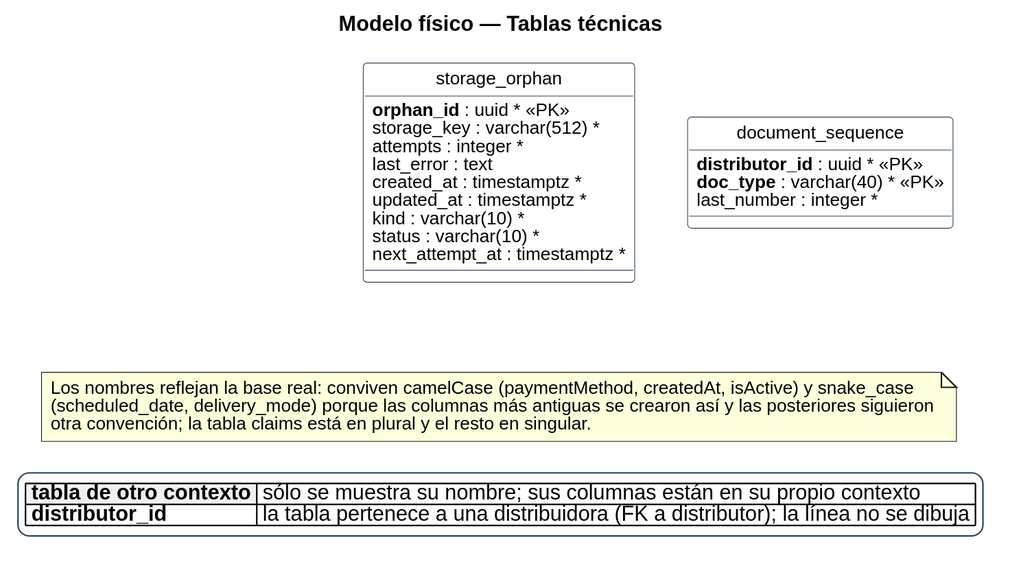
Earlier version of the PlantUML export diagramas/base-de-datos/fisico/SPLG-fisico-13-tablas-tecnicas.svg (Nahuelito-Dev/splg-docs).
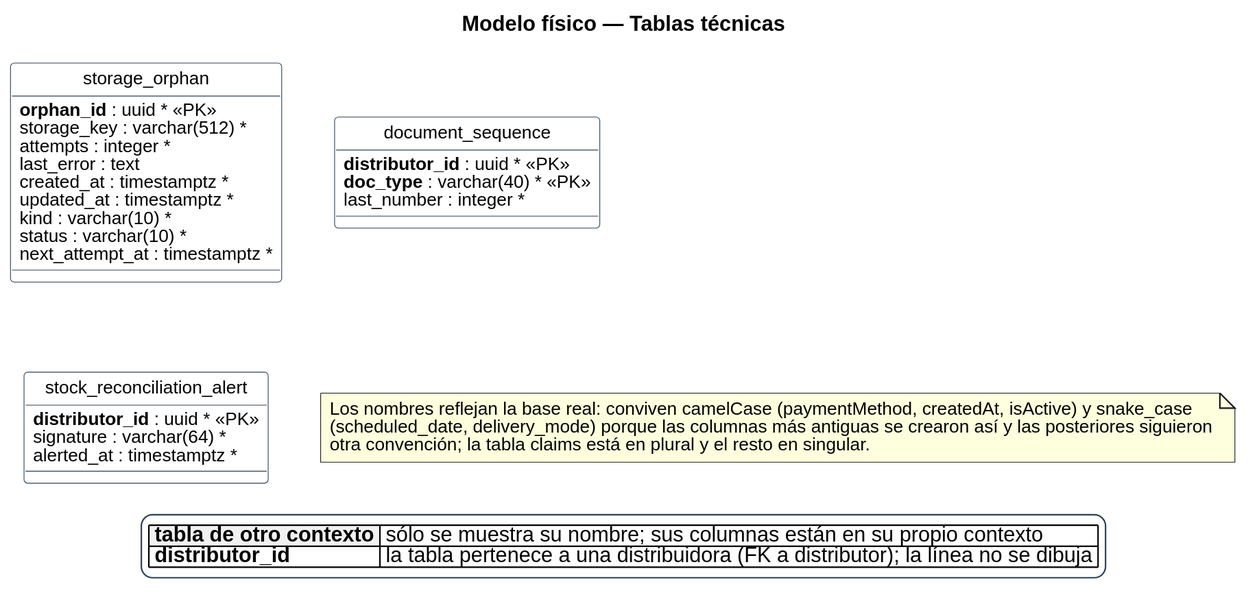
The same file after the commit.

Change to the diagram source:
```diff
@@ -46,6 +46,11 @@
   {field} **doc_type** : varchar(40) * <<PK>>
   {field} last_number : integer *
 }
+entity "stock_reconciliation_alert" as e_stock_reconciliation_alert {
+  {field} **distributor_id** : uuid * <<PK>>
+  {field} signature : varchar(64) *
+  {field} alerted_at : timestamptz *
+}
 
 
 legend bottom
```
